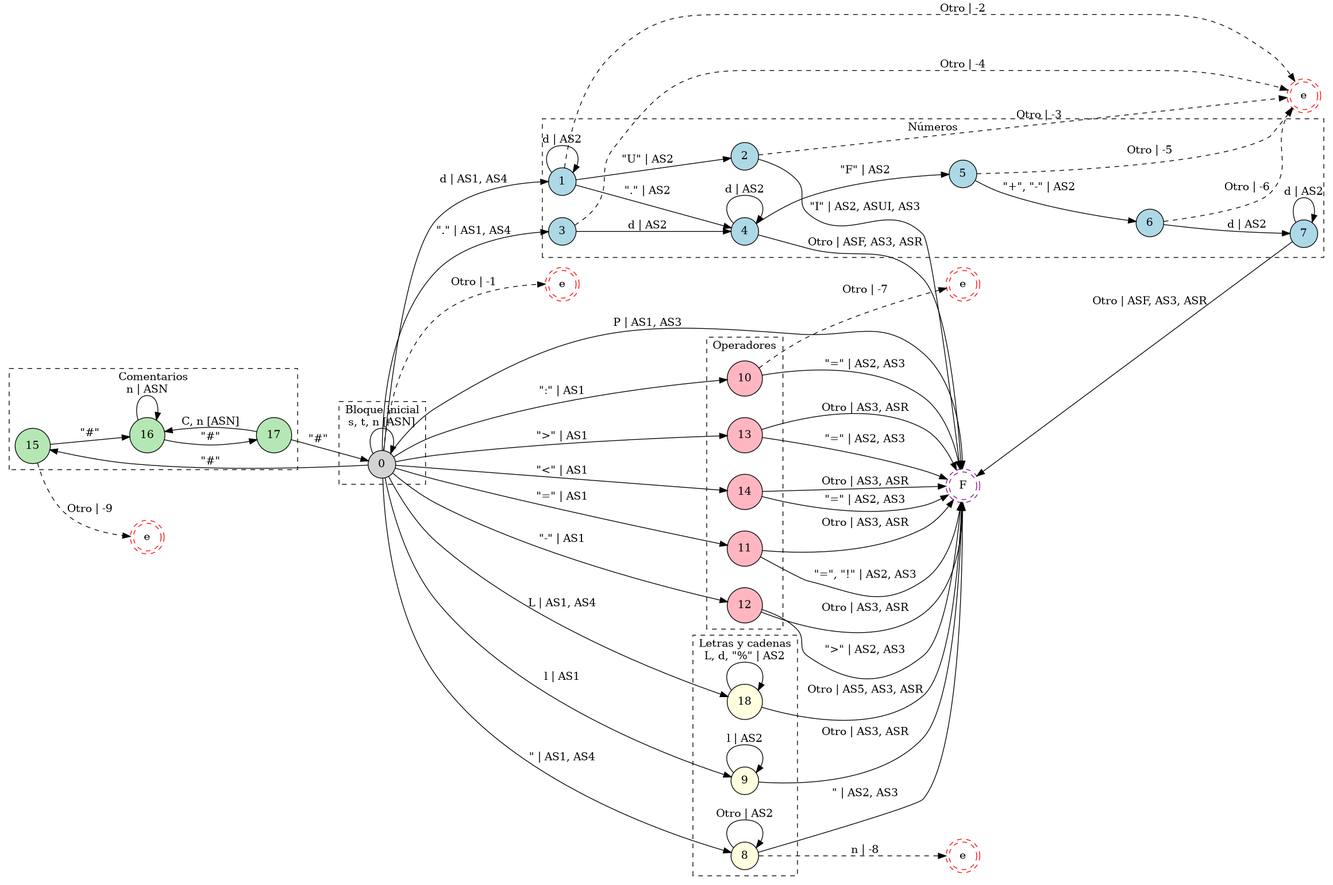
Before: resources/diagrams/finiteAutomatom.png, a diagram exported from Graphviz (iroumec/RouVel-Compiler). Its source is kept beside it as resources/diagrams/finiteAutomatom.dot.
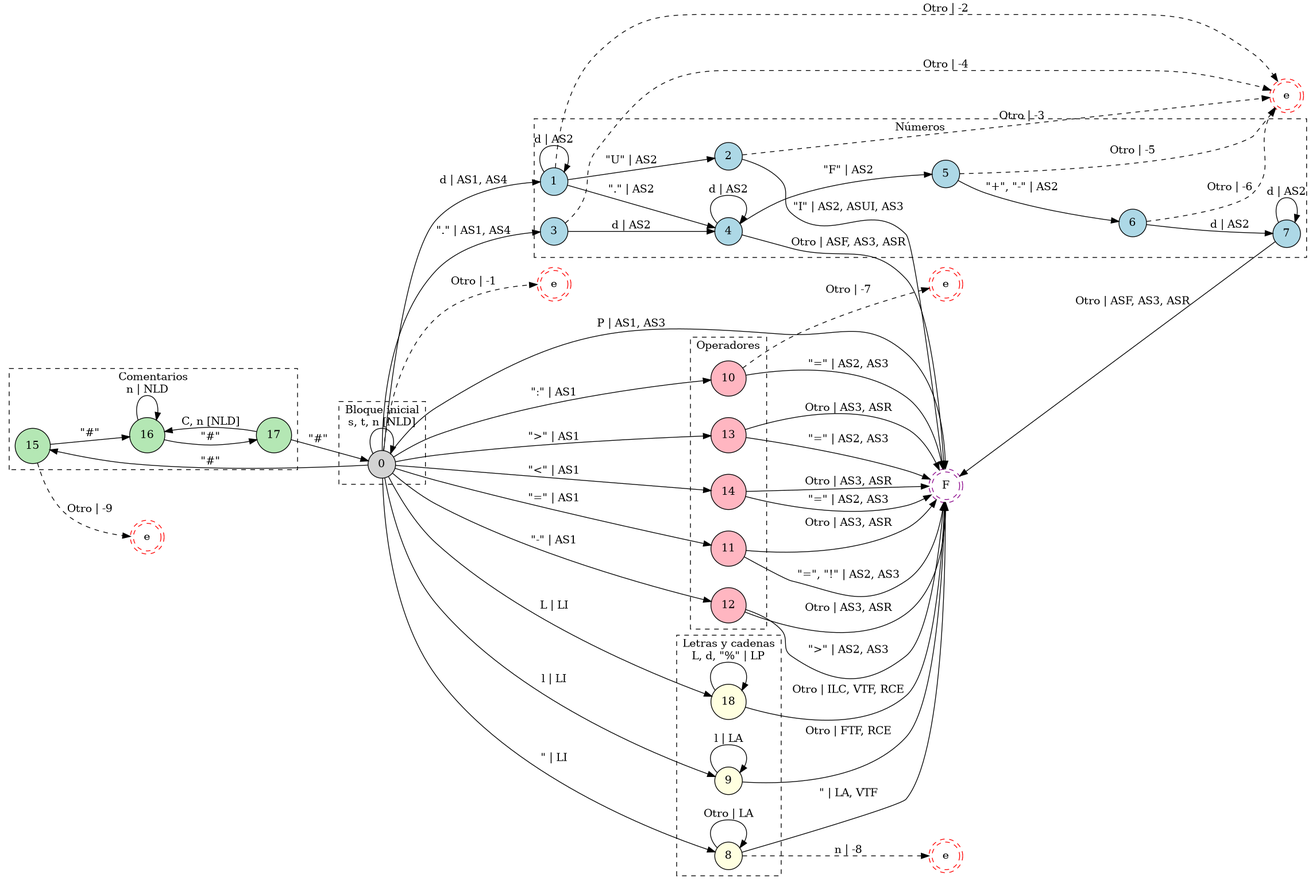
The same diagram one commit later.

Change to the diagram source:
```diff
@@ -65,18 +65,18 @@
         17;
     }
 
-    0 -> 0 [label = "s, t, n [ASN]";];
+    0 -> 0 [label = "s, t, n [NLD]";];
     0 -> 10 [label = "\":\" | AS1";];
     0 -> 11 [label = "\"=\" | AS1";];
     0 -> 12 [label = "\"-\" | AS1";];
     0 -> 13 [label = "\">\" | AS1";];
     0 -> 14 [label = "\"<\" | AS1";];
     0 -> 15 [label = "\"#\"";];
-    0 -> 18 [label = "L | AS1, AS4";];
+    0 -> 18 [label = "L | LI";];
     0 -> 1 [label = "d | AS1, AS4";];
     0 -> 3 [label = "\".\" | AS1, AS4";];
-    0 -> 8 [label = "\" | AS1, AS4";];
-    0 -> 9 [label = "l | AS1";];
+    0 -> 8 [label = "\" | LI";];
+    0 -> 9 [label = "l | LI";];
     0 -> eG [label = "Otro | -1"; style = dashed;];
     0 -> F [label = "P | AS1, AS3";];
     1 -> 1 [label = "d | AS2";];
@@ -96,11 +96,11 @@
     6 -> eN [label = "Otro | -6"; style = dashed;];
     7 -> 7 [label = "d | AS2";];
     7 -> F [label = "Otro | ASF, AS3, ASR";];
-    8 -> 8 [label = "Otro | AS2";];
+    8 -> 8 [label = "Otro | LA";];
     8 -> eS [label = "n | -8"; style = dashed;];
-    8 -> F [label = "\" | AS2, AS3";];
-    9 -> 9 [label = "l | AS2";];
-    9 -> F [label = "Otro | AS3, ASR";];
+    8 -> F [label = "\" | LA, VTF";];
+    9 -> 9 [label = "l | LA";];
+    9 -> F [label = "Otro | FTF, RCE";];
     10 -> eP [label = "Otro | -7"; style = dashed;];
     10 -> F [label = "\"=\" | AS2, AS3";];
     11 -> F [label = "\"=\", \"!\" | AS2, AS3";];
@@ -113,10 +113,10 @@
     14 -> F [label = "Otro | AS3, ASR";];
     15 -> 16 [label = "\"#\"";];
     15 -> eC [label = "Otro | -9"; style = dashed;];
-    16 -> 16 [label = "n | ASN";];
+    16 -> 16 [label = "n | NLD";];
     16 -> 17 [label = "\"#\"";];
     17 -> 0 [label = "\"#\"";];
-    17 -> 16 [label = "C, n [ASN]";];
-    18 -> 18 [label = "L, d, \"%\" | AS2";];
-    18 -> F [label = "Otro | AS5, AS3, ASR";];
+    17 -> 16 [label = "C, n [NLD]";];
+    18 -> 18 [label = "L, d, \"%\" | LP";];
+    18 -> F [label = "Otro | ILC, VTF, RCE";];
 }
```
